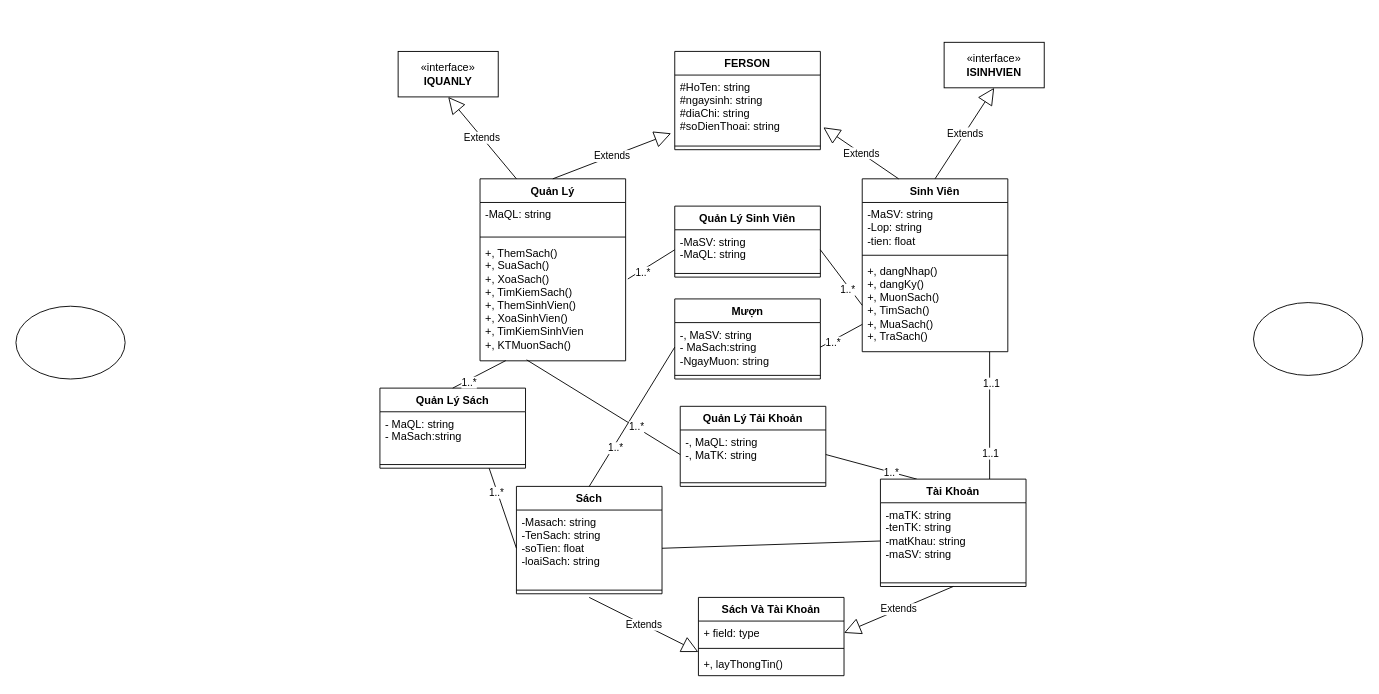
XuanManh9999/QLTV_BTL.NET keeps this draw.io diagram as page "Biểu Đồ Lớp" (2 of 2) of QLTV.drawio. Above is the earlier version. Source tidied: cells renumbered, new cells numbered last; positions are measured from the earlier drawing's top-left corner, leaving out a move shared by most shapes. Both pictures are drawn from the tidied source at 91%, with x=0, y=0 at pixel (15, 42).
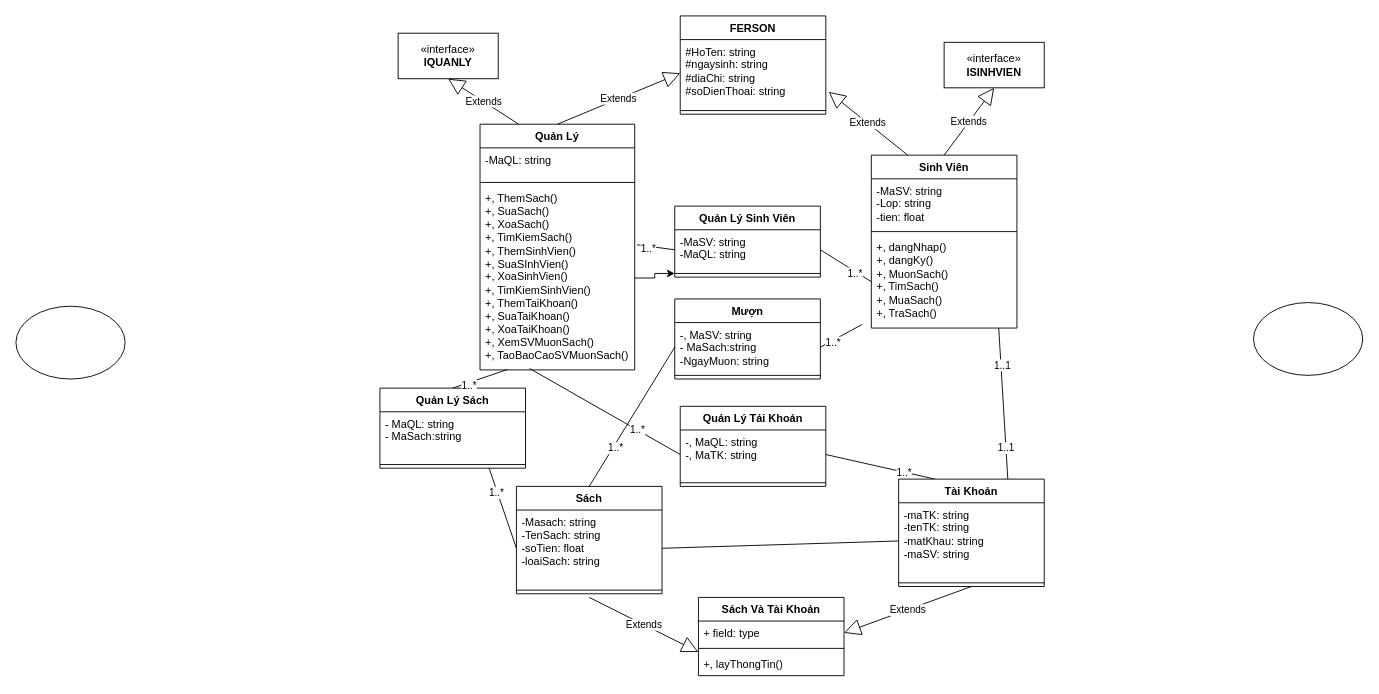
After the change.

The change refers to these unchanged cells:
```xml
<mxCell id="3" value="#HoTen: string&lt;br&gt;#ngaysinh: string&lt;br&gt;#diaChi: string&lt;br&gt;#soDienThoai: string" style="text;strokeColor=none;fillColor=none;align=left;verticalAlign=top;spacingLeft=4;spacingRight=4;overflow=hidden;points=[[0,0.5],[1,0.5]];portConstraint=eastwest;whiteSpace=wrap;html=1;" parent="2" vertex="1">
  <mxGeometry y="26" width="160" height="74" as="geometry" />
</mxCell>
<mxCell id="15" style="line;strokeWidth=1;fillColor=none;align=left;verticalAlign=middle;spacingTop=-1;spacingLeft=3;spacingRight=3;labelPosition=right;points=[];portConstraint=eastwest;strokeColor=inherit;" parent="13" vertex="1">
  <mxGeometry y="70" width="160" height="8" as="geometry" />
</mxCell>
```

What changed in the source:
```diff
@@
     <mxCell id="2" value="FERSON" style="swimlane;fontStyle=1;align=center;verticalAlign=top;horizontal=1;startSize=26;whiteSpace=wrap;html=1;" parent="1" vertex="1">
-      <mxGeometry x="724" y="10" width="160" height="108" as="geometry" />
+      <mxGeometry x="730" y="-29" width="160" height="108" as="geometry" />
     </mxCell>
@@
     <mxCell id="5" value="Quản Lý" style="swimlane;fontStyle=1;align=center;verticalAlign=top;horizontal=1;startSize=26;whiteSpace=wrap;html=1;" parent="1" vertex="1">
-      <mxGeometry x="510" y="150" width="160" height="200" as="geometry" />
+      <mxGeometry x="510" y="90" width="170" height="270" as="geometry" />
     </mxCell>
     <mxCell id="6" value="-MaQL: string" style="text;strokeColor=none;fillColor=none;align=left;verticalAlign=top;spacingLeft=4;spacingRight=4;overflow=hidden;whiteSpace=wrap;html=1;" parent="5" vertex="1">
-      <mxGeometry y="26" width="160" height="34" as="geometry" />
+      <mxGeometry y="26" width="170" height="34" as="geometry" />
     </mxCell>
     <mxCell id="7" style="line;strokeWidth=1;fillColor=none;align=left;verticalAlign=middle;spacingTop=-1;spacingLeft=3;spacingRight=3;labelPosition=right;strokeColor=inherit;" parent="5" vertex="1">
-      <mxGeometry y="60" width="160" height="8" as="geometry" />
+      <mxGeometry y="60" width="170" height="8" as="geometry" />
     </mxCell>
-    <mxCell id="8" value="+, ThemSach()&lt;br&gt;+, SuaSach()&lt;br&gt;+, XoaSach()&lt;br&gt;+, TimKiemSach()&lt;br&gt;+, ThemSinhVien()&lt;br&gt;+, XoaSinhVien()&lt;br&gt;+, TimKiemSinhVien&lt;br&gt;+, KTMuonSach()" style="text;strokeColor=none;fillColor=none;align=left;verticalAlign=top;spacingLeft=4;spacingRight=4;overflow=hidden;points=[[0,0.5],[1,0.5]];portConstraint=eastwest;whiteSpace=wrap;html=1;" parent="5" vertex="1">
-      <mxGeometry y="68" width="160" height="132" as="geometry" />
+    <mxCell id="8" value="+, ThemSach()&lt;br&gt;+, SuaSach()&lt;br&gt;+, XoaSach()&lt;br&gt;+, TimKiemSach()&lt;br&gt;+, ThemSinhVien()&lt;br&gt;+, SuaSInhVien()&lt;br&gt;+, XoaSinhVien()&lt;br&gt;+, TimKiemSinhVien()&lt;br&gt;+, ThemTaiKhoan()&lt;br&gt;+, SuaTaiKhoan()&lt;br&gt;+, XoaTaiKhoan()&lt;br&gt;+, XemSVMuonSach()&lt;br&gt;+, TaoBaoCaoSVMuonSach()" style="text;strokeColor=none;fillColor=none;align=left;verticalAlign=top;spacingLeft=4;spacingRight=4;overflow=hidden;points=[[0,0.5],[1,0.5]];portConstraint=eastwest;whiteSpace=wrap;html=1;" parent="5" vertex="1">
+      <mxGeometry y="68" width="170" height="202" as="geometry" />
     </mxCell>
     <mxCell id="9" value="Sinh Viên" style="swimlane;fontStyle=1;align=center;verticalAlign=top;horizontal=1;startSize=26;whiteSpace=wrap;html=1;" parent="1" vertex="1">
-      <mxGeometry x="930" y="150" width="160" height="190" as="geometry" />
+      <mxGeometry x="940" y="124" width="160" height="190" as="geometry" />
     </mxCell>
@@
-    <mxCell id="28" value="Extends" style="endArrow=block;endSize=16;endFill=0;html=1;rounded=0;exitX=0.5;exitY=0;exitDx=0;exitDy=0;" parent="1" edge="1" source="5">
-      <mxGeometry relative="1" as="geometry">
-        <mxPoint x="720" y="100" as="targetPoint" />
-      </mxGeometry>
+    <mxCell id="28" value="Extends" style="endArrow=block;endSize=16;endFill=0;html=1;rounded=0;exitX=0.5;exitY=0;exitDx=0;exitDy=0;entryX=0;entryY=0.5;entryDx=0;entryDy=0;" parent="1" edge="1" source="5" target="3">
+      <mxGeometry relative="1" as="geometry" />
     </mxCell>
@@
     <mxCell id="49" value="«interface»&lt;br&gt;&lt;b&gt;IQUANLY&lt;/b&gt;" style="html=1;whiteSpace=wrap;" parent="1" vertex="1">
-      <mxGeometry x="420" y="10" width="110" height="50" as="geometry" />
+      <mxGeometry x="420" y="-10" width="110" height="50" as="geometry" />
     </mxCell>
@@
     <mxCell id="56" value="Tài Khoản" style="swimlane;fontStyle=1;align=center;verticalAlign=top;horizontal=1;startSize=26;whiteSpace=wrap;html=1;" parent="1" vertex="1">
-      <mxGeometry x="950" y="480" width="160" height="118" as="geometry" />
+      <mxGeometry x="970" y="480" width="160" height="118" as="geometry" />
     </mxCell>
@@
+    <mxCell id="65" style="edgeStyle=orthogonalEdgeStyle;rounded=0;jettySize=auto;html=1;" parent="1" edge="1" source="8" target="15">
+      <mxGeometry relative="1" as="geometry" />
+    </mxCell>
```
